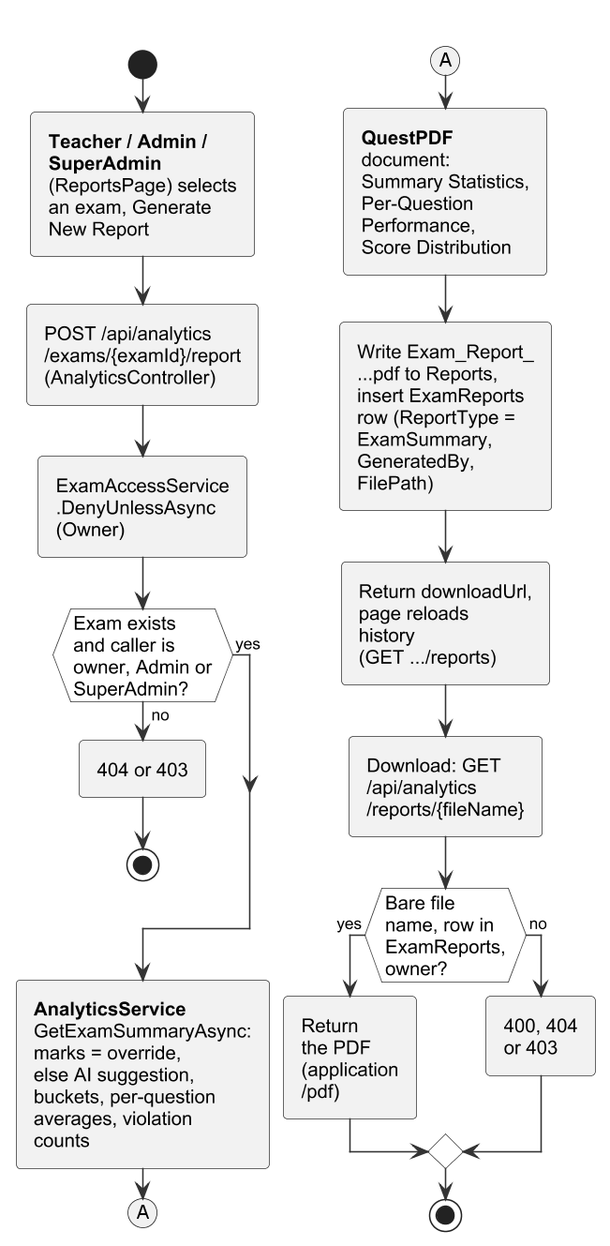
Haiderali27-hub/AI-Lab-Monitoring- keeps this PlantUML diagram as important docs/fyp_doc_3chatp/Figures/activity_report.png. Above is the earlier version. Its diagram source:
```plantuml
@startuml
!include style.iuml
skinparam defaultFontSize 13
skinparam ArrowFontSize 11

split
  -[hidden]->
  start
  :<b>Teacher / Admin /</b>
  <b>SuperAdmin</b>
  (ReportsPage) selects
  an exam, Generate
  New Report;
  :POST /api/analytics
  /exams/{examId}/report
  (AnalyticsController);
  :ExamAccessService
  .DenyUnlessAsync
  (Owner);
  if (Exam exists\nand caller is\nowner, Admin or\nSuperAdmin?) then (no)
    :404 or 403;
    stop
  else (yes)
  endif
  :<b>AnalyticsService</b>
  GetExamSummaryAsync:
  marks = override,
  else AI suggestion,
  buckets, per-question
  averages, violation
  counts;
  (A)
  detach
split again
  -[hidden]->
  (A)
  :<b>QuestPDF</b>
  document:
  Summary Statistics,
  Per-Question
  Performance,
  Score Distribution;
  :Write Exam_Report_
  ...pdf to Reports,
  insert ExamReports
  row (ReportType =
  ExamSummary,
  GeneratedBy,
  FilePath);
  :Return downloadUrl,
  page reloads
  history
  (GET .../reports);
  :Download: GET
  /api/analytics
  /reports/{fileName};
  if (Bare file\nname, row in\nExamReports,\nowner?) then (yes)
    :Return
    the PDF
    (application
    /pdf);
  else (no)
    :400, 404
    or 403;
  endif
  stop
end split
@enduml
```
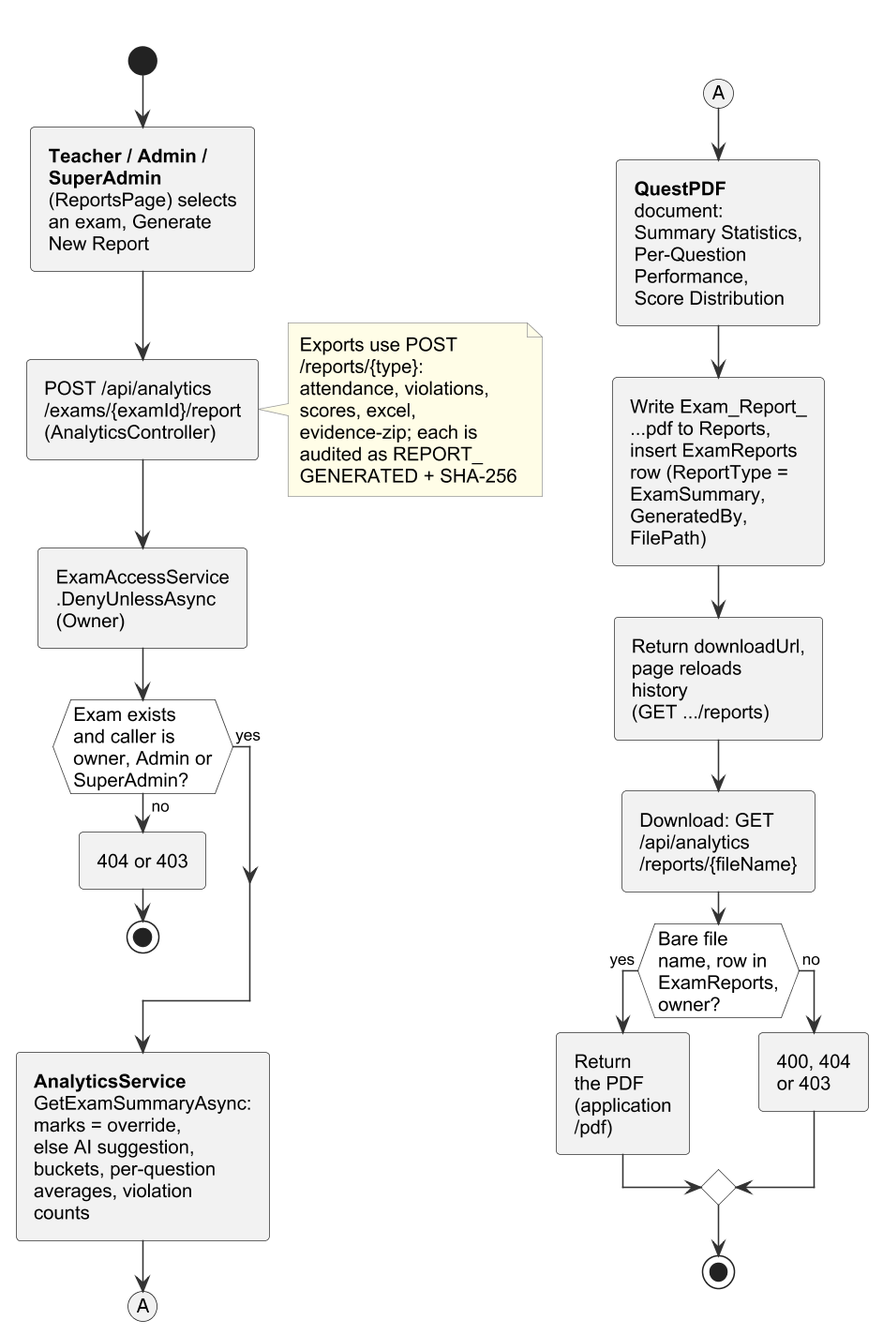
Above is the later version.

What changed in the source:
```diff
@@ -14,6 +14,15 @@
   :POST /api/analytics
   /exams/{examId}/report
   (AnalyticsController);
+  note right
+    Exports use POST
+    /reports/{type}:
+    attendance, violations,
+    scores, excel,
+    evidence-zip; each is
+    audited as REPORT_
+    GENERATED + SHA-256
+  end note
   :ExamAccessService
   .DenyUnlessAsync
   (Owner);
```
